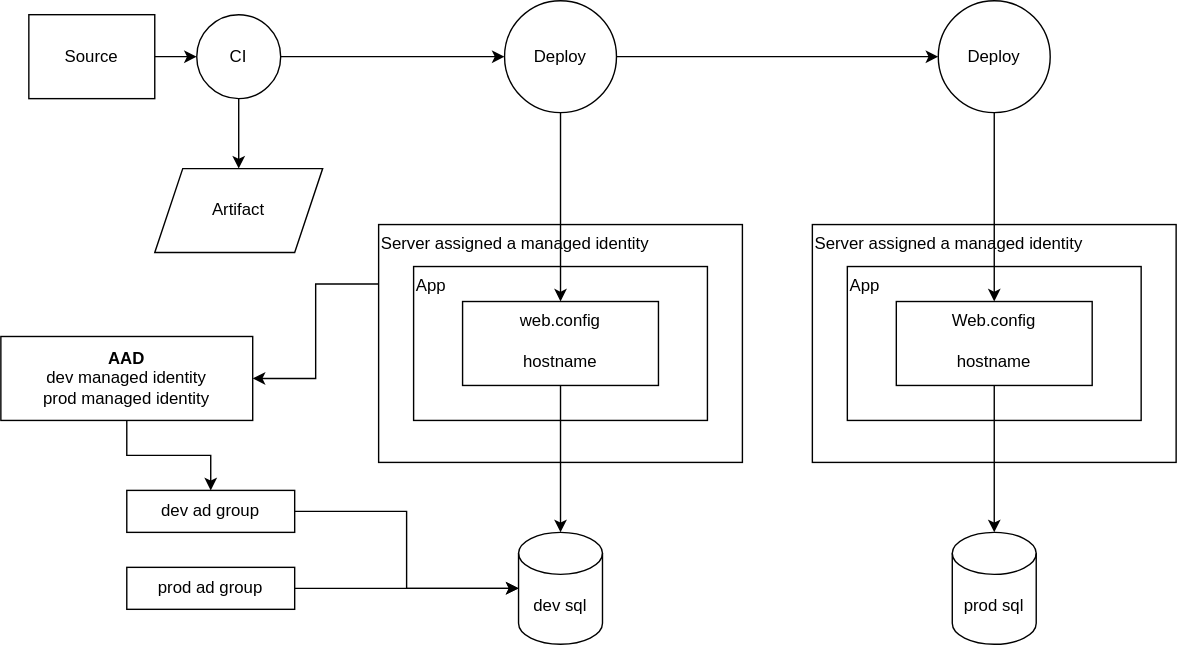
The draw.io diagram connectionstring.svg in vjavle/invoicecloud, before a commit. Source tidied: cells renumbered, new cells last; positions are measured from the earlier drawing's top-left corner, leaving out a move shared by most shapes.
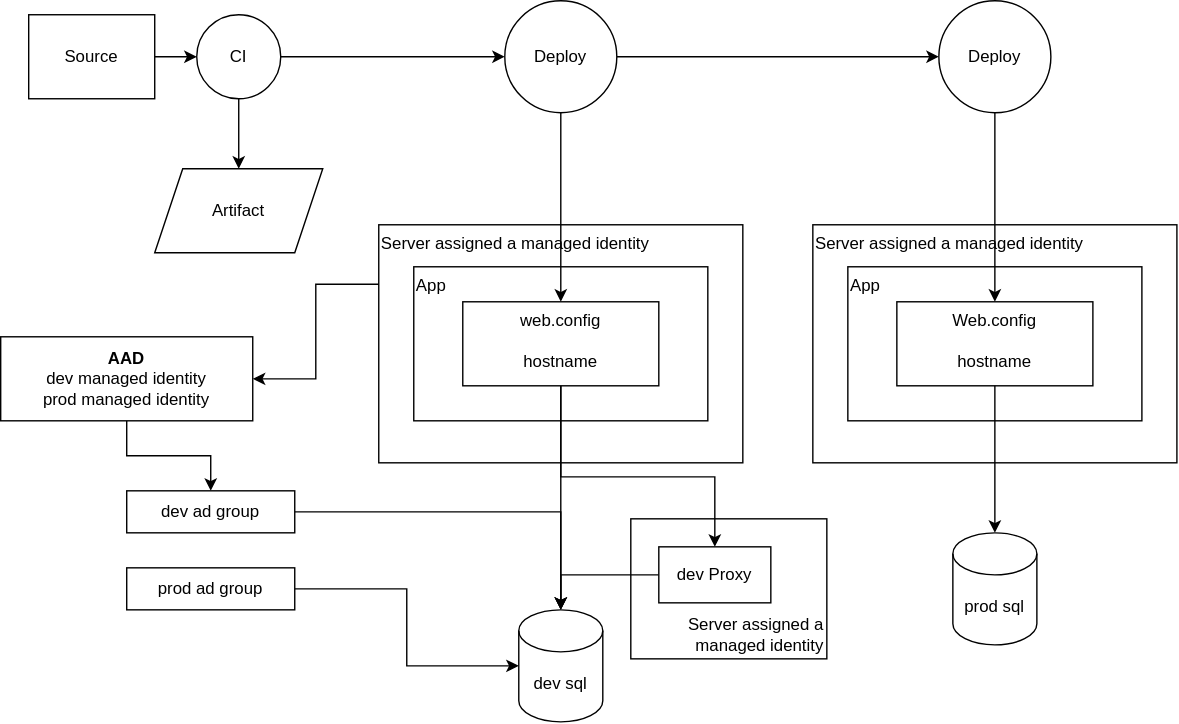
The same file after the commit.

Diff of the diagram source:
```diff
@@ -2,6 +2,9 @@
   <root>
     <mxCell id="0" />
     <mxCell id="1" parent="0" />
+    <mxCell id="30" value="Server assigned a managed identity" style="rounded=0;whiteSpace=wrap;html=1;verticalAlign=bottom;align=right;" parent="1" vertex="1">
+      <mxGeometry x="450" y="370" width="140" height="100" as="geometry" />
+    </mxCell>
     <mxCell id="2" value="Server assigned a managed identity" style="rounded=0;whiteSpace=wrap;html=1;verticalAlign=top;align=left;" parent="1" vertex="1">
       <mxGeometry x="270" y="160" width="260" height="170" as="geometry" />
     </mxCell>
@@ -35,6 +38,14 @@
     <mxCell id="12" value="Deploy" style="ellipse;whiteSpace=wrap;html=1;" parent="1" vertex="1">
       <mxGeometry x="360" width="80" height="80" as="geometry" />
     </mxCell>
+    <mxCell id="31" style="edgeStyle=orthogonalEdgeStyle;rounded=0;jettySize=auto;html=1;startArrow=none;startFill=0;endArrow=classic;endFill=1;" parent="1" edge="1" source="13" target="33">
+      <mxGeometry relative="1" as="geometry">
+        <Array as="points">
+          <mxPoint x="400" y="340" />
+          <mxPoint x="510" y="340" />
+        </Array>
+      </mxGeometry>
+    </mxCell>
     <mxCell id="13" value="web.config&lt;br&gt;&lt;br&gt;hostname" style="rounded=0;whiteSpace=wrap;html=1;verticalAlign=top;" parent="1" vertex="1">
       <mxGeometry x="330" y="215" width="140" height="60" as="geometry" />
     </mxCell>
@@ -57,7 +68,7 @@
       <mxGeometry relative="1" as="geometry" />
     </mxCell>
     <mxCell id="20" value="dev sql" style="shape=cylinder3;whiteSpace=wrap;html=1;boundedLbl=1;backgroundOutline=1;size=15;" parent="1" vertex="1">
-      <mxGeometry x="370" y="380" width="60" height="80" as="geometry" />
+      <mxGeometry x="370" y="435" width="60" height="80" as="geometry" />
     </mxCell>
     <mxCell id="21" style="edgeStyle=orthogonalEdgeStyle;rounded=0;jettySize=auto;html=1;entryX=0.5;entryY=1;entryDx=0;entryDy=0;startArrow=classic;startFill=1;endArrow=none;endFill=0;" parent="1" edge="1" source="22" target="18">
       <mxGeometry relative="1" as="geometry" />
@@ -86,5 +97,11 @@
     <mxCell id="29" value="prod ad group" style="rounded=0;whiteSpace=wrap;html=1;" parent="1" vertex="1">
       <mxGeometry x="90" y="405" width="120" height="30" as="geometry" />
     </mxCell>
+    <mxCell id="32" style="edgeStyle=orthogonalEdgeStyle;rounded=0;jettySize=auto;html=1;startArrow=none;startFill=0;endArrow=classic;endFill=1;" parent="1" edge="1" source="33" target="20">
+      <mxGeometry relative="1" as="geometry" />
+    </mxCell>
+    <mxCell id="33" value="dev Proxy" style="rounded=0;whiteSpace=wrap;html=1;" parent="1" vertex="1">
+      <mxGeometry x="470" y="390" width="80" height="40" as="geometry" />
+    </mxCell>
   </root>
 </mxGraphModel>
```
